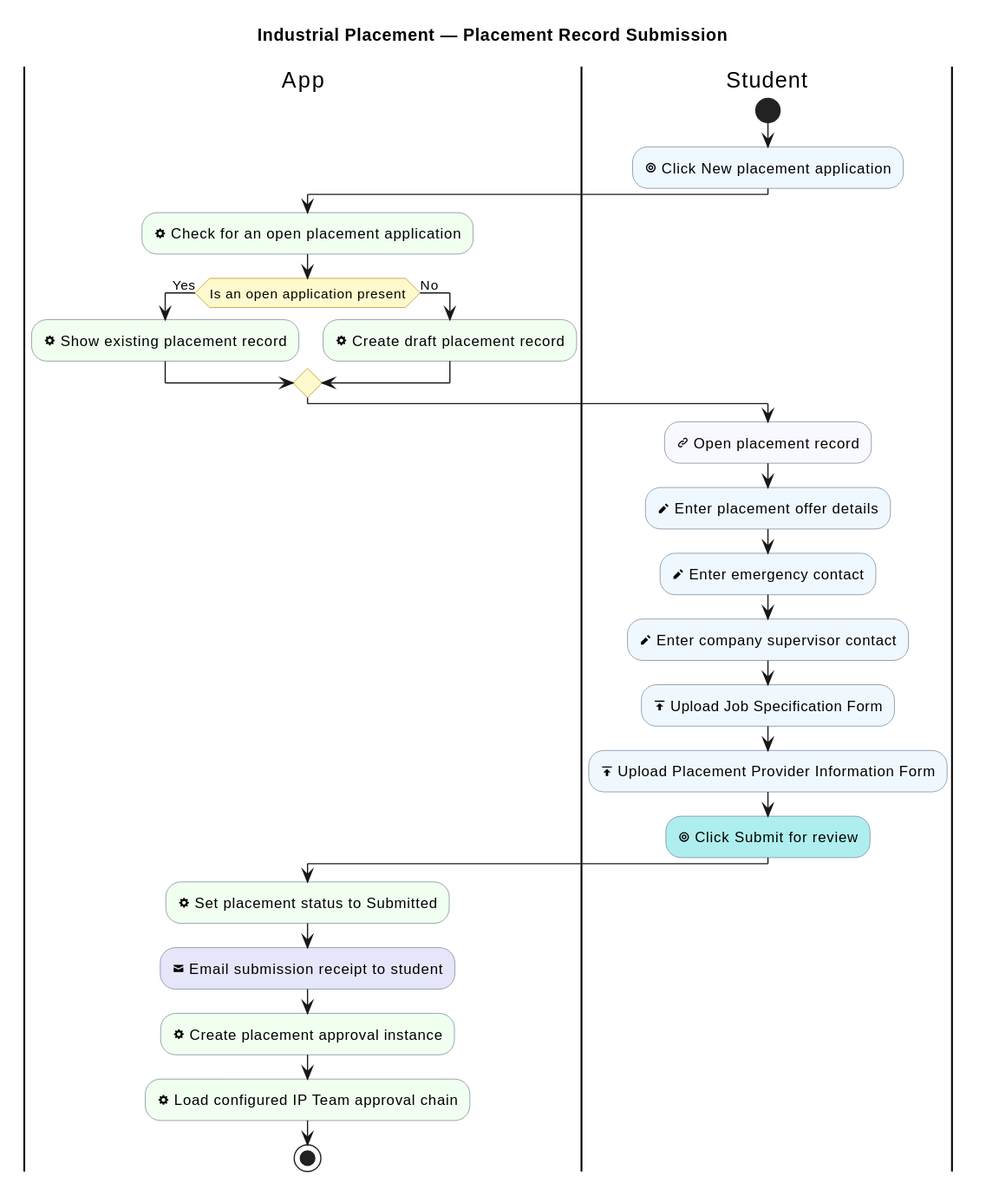
sdflkjssl/sdflkjssl.github.io keeps this PlantUML diagram as industrial-placement-group-project/diagrams/industrial-placement/placement-record-submission.svg. Above is the earlier version.
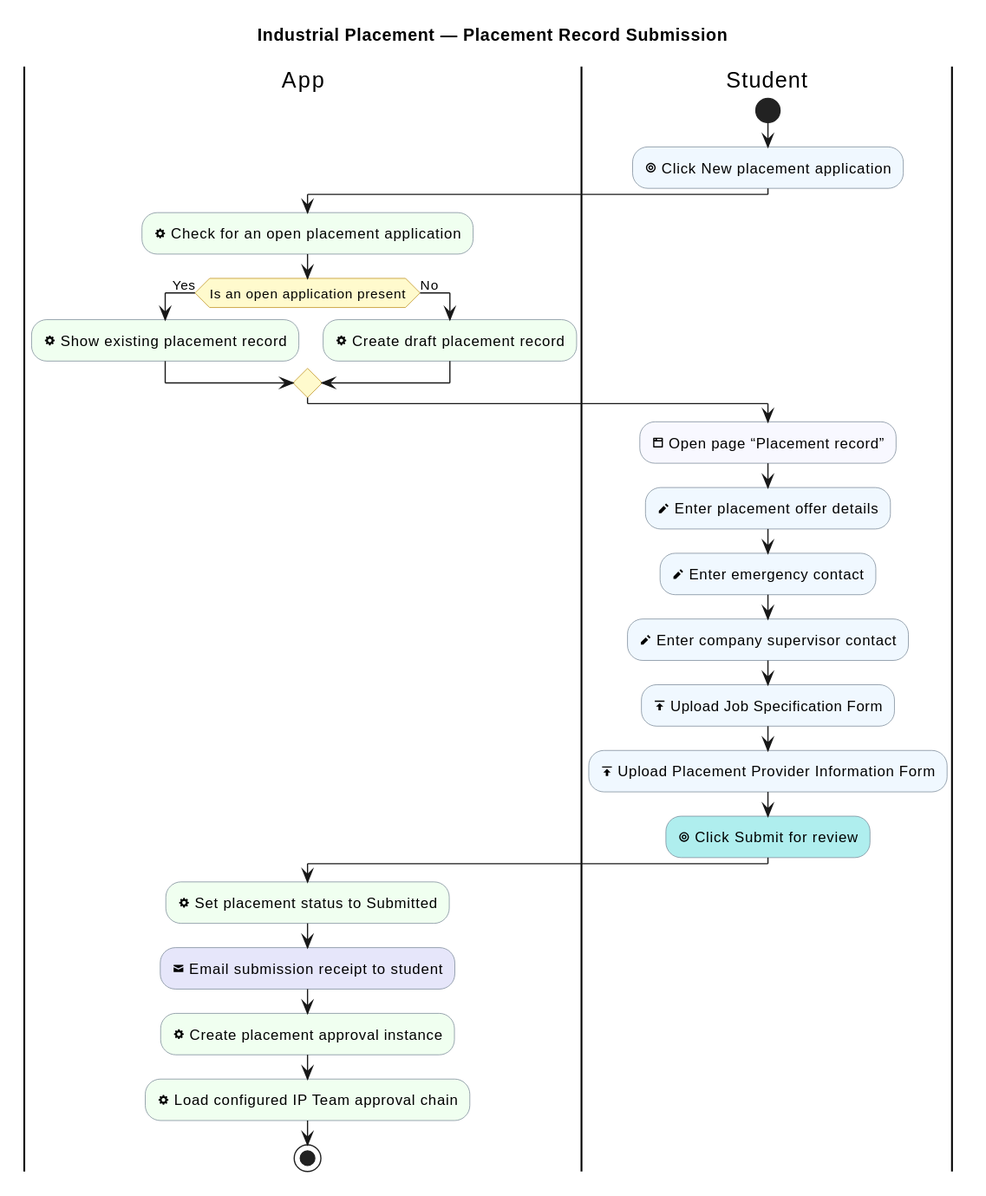
After the change.

The edit, as a diff of the source:
```diff
@@ -22,7 +22,7 @@
 endif
 
 |Student|
-:<&link-intact> Open placement record; <<#GhostWhite>>
+:<&browser> Open page “Placement record”; <<#GhostWhite>>
 :<&pencil> Enter placement offer details; <<#AliceBlue>>
 :<&pencil> Enter emergency contact; <<#AliceBlue>>
 :<&pencil> Enter company supervisor contact; <<#AliceBlue>>
```
